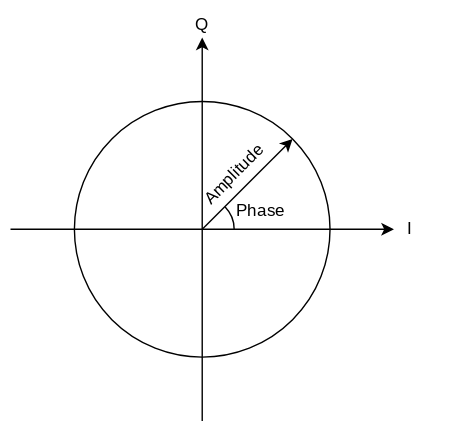
This is Figures/systemDesign/beamSteering/chirpGen.svg from Mikkelnn/ESD6-Project, a draw.io export, as it was before one commit. Source tidied: cells renumbered, new cells last; positions are measured from the earlier drawing's top-left corner, leaving out a move shared by most shapes.
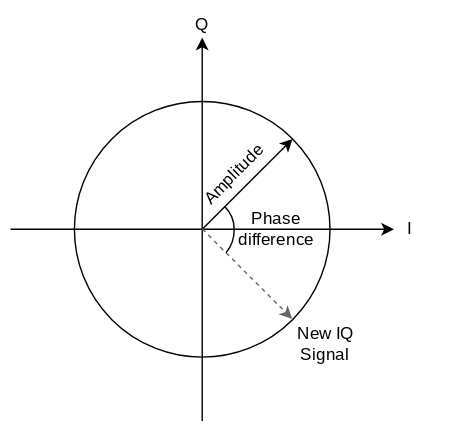
Later version of the same file.

Change to the diagram source:
```diff
@@ -2,43 +2,52 @@
   <root>
     <mxCell id="0" />
     <mxCell id="1" parent="0" />
-    <mxCell id="2" style="group;" parent="1" vertex="1">
-      <mxGeometry width="319.4" height="300" as="geometry" />
-    </mxCell>
-    <mxCell id="3" style="ellipse;whiteSpace=wrap;html=1;fillColor=none;strokeColor=#000000;" parent="2" vertex="1">
+    <mxCell id="3" style="ellipse;whiteSpace=wrap;html=1;fillColor=none;strokeColor=#000000;" parent="1" vertex="1">
       <mxGeometry x="45.6" y="71.9" width="182.5" height="182.5" as="geometry" />
     </mxCell>
-    <mxCell id="4" style="endArrow=classic;html=1;rounded=0;" parent="2" edge="1">
+    <mxCell id="4" style="endArrow=classic;html=1;rounded=0;" parent="1" edge="1">
       <mxGeometry relative="1" as="geometry">
         <mxPoint y="163.1" as="sourcePoint" />
         <mxPoint x="273.8" y="163.1" as="targetPoint" />
       </mxGeometry>
     </mxCell>
-    <mxCell id="5" style="endArrow=classic;html=1;rounded=0;" parent="2" edge="1">
+    <mxCell id="5" style="endArrow=classic;html=1;rounded=0;" parent="1" edge="1">
       <mxGeometry relative="1" as="geometry">
         <mxPoint x="136.9" y="300" as="sourcePoint" />
         <mxPoint x="136.9" y="26.2" as="targetPoint" />
       </mxGeometry>
     </mxCell>
-    <mxCell id="6" value="I" style="text;html=1;align=center;verticalAlign=middle;whiteSpace=wrap;rounded=0;fontFamily=modern;fontSource=https%3A%2F%2Fsourceforge.net%2Fprojects%2Fcm-unicode%2F;" parent="2" vertex="1">
+    <mxCell id="6" value="I" style="text;html=1;align=center;verticalAlign=middle;whiteSpace=wrap;rounded=0;fontFamily=modern;fontSource=https%3A%2F%2Fsourceforge.net%2Fprojects%2Fcm-unicode%2F;" parent="1" vertex="1">
       <mxGeometry x="250.9" y="146" width="68.4" height="34.2" as="geometry" />
     </mxCell>
-    <mxCell id="7" value="Q" style="text;html=1;align=center;verticalAlign=middle;whiteSpace=wrap;rounded=0;fontFamily=modern;fontSource=https%3A%2F%2Fsourceforge.net%2Fprojects%2Fcm-unicode%2F;" parent="2" vertex="1">
+    <mxCell id="7" value="Q" style="text;html=1;align=center;verticalAlign=middle;whiteSpace=wrap;rounded=0;fontFamily=modern;fontSource=https%3A%2F%2Fsourceforge.net%2Fprojects%2Fcm-unicode%2F;" parent="1" vertex="1">
       <mxGeometry x="102.7" width="68.4" height="34.2" as="geometry" />
     </mxCell>
-    <mxCell id="8" style="endArrow=classic;html=1;rounded=0;entryX=1;entryY=0;entryDx=0;entryDy=0;strokeColor=#000000;" parent="2" edge="1" target="3">
+    <mxCell id="8" style="endArrow=classic;html=1;rounded=0;entryX=1;entryY=0;entryDx=0;entryDy=0;strokeColor=#000000;" parent="1" edge="1" target="3">
       <mxGeometry relative="1" as="geometry">
         <mxPoint x="136.9" y="163.1" as="sourcePoint" />
       </mxGeometry>
     </mxCell>
-    <mxCell id="9" style="verticalLabelPosition=bottom;verticalAlign=top;html=1;shape=mxgraph.basic.arc;startAngle=0.12744834443495037;endAngle=0.25;" parent="2" vertex="1">
+    <mxCell id="9" style="verticalLabelPosition=bottom;verticalAlign=top;html=1;shape=mxgraph.basic.arc;startAngle=0.12744834443495037;endAngle=0.25;" parent="1" vertex="1">
       <mxGeometry x="114.1" y="140.3" width="45.6" height="45.6" as="geometry" />
     </mxCell>
-    <mxCell id="10" value="&lt;font face=&quot;modern&quot;&gt;Phase&lt;/font&gt;" style="text;html=1;align=center;verticalAlign=middle;whiteSpace=wrap;rounded=0;" parent="2" vertex="1">
-      <mxGeometry x="145" y="132.9" width="68.4" height="34.2" as="geometry" />
+    <mxCell id="10" value="&lt;font face=&quot;Modern&quot;&gt;Phase&lt;/font&gt;&lt;font face=&quot;Modern&quot;&gt; difference&lt;/font&gt;" style="text;html=1;align=center;verticalAlign=middle;whiteSpace=wrap;rounded=0;" parent="1" vertex="1">
+      <mxGeometry x="159.7" y="154.6" width="60.3" height="17.1" as="geometry" />
     </mxCell>
-    <mxCell id="11" value="&lt;font face=&quot;modern&quot;&gt;Amplitude&lt;/font&gt;" style="text;html=1;align=center;verticalAlign=middle;whiteSpace=wrap;rounded=0;rotation=-45;" parent="2" vertex="1">
+    <mxCell id="11" value="&lt;font face=&quot;modern&quot;&gt;Amplitude&lt;/font&gt;" style="text;html=1;align=center;verticalAlign=middle;whiteSpace=wrap;rounded=0;rotation=-45;" parent="1" vertex="1">
       <mxGeometry x="129.7" y="108.9" width="60" height="30" as="geometry" />
     </mxCell>
+    <mxCell id="12" style="endArrow=classic;html=1;rounded=0;entryX=1;entryY=0;entryDx=0;entryDy=0;strokeColor=#666666;dashed=1;" parent="1" edge="1">
+      <mxGeometry relative="1" as="geometry">
+        <mxPoint x="137" y="163" as="sourcePoint" />
+        <mxPoint x="201.1" y="227.1" as="targetPoint" />
+      </mxGeometry>
+    </mxCell>
+    <mxCell id="13" style="verticalLabelPosition=bottom;verticalAlign=top;html=1;shape=mxgraph.basic.arc;startAngle=0.1375688013134283;endAngle=0.25;rotation=40;strokeColor=#000000;" parent="1" vertex="1">
+      <mxGeometry x="109.7" y="138.9" width="50" height="50" as="geometry" />
+    </mxCell>
+    <mxCell id="14" value="&lt;font face=&quot;Modern&quot;&gt;New IQ Signal&lt;/font&gt;" style="text;html=1;align=center;verticalAlign=middle;whiteSpace=wrap;rounded=0;" parent="1" vertex="1">
+      <mxGeometry x="200" y="230" width="50" height="30" as="geometry" />
+    </mxCell>
   </root>
 </mxGraphModel>
```
